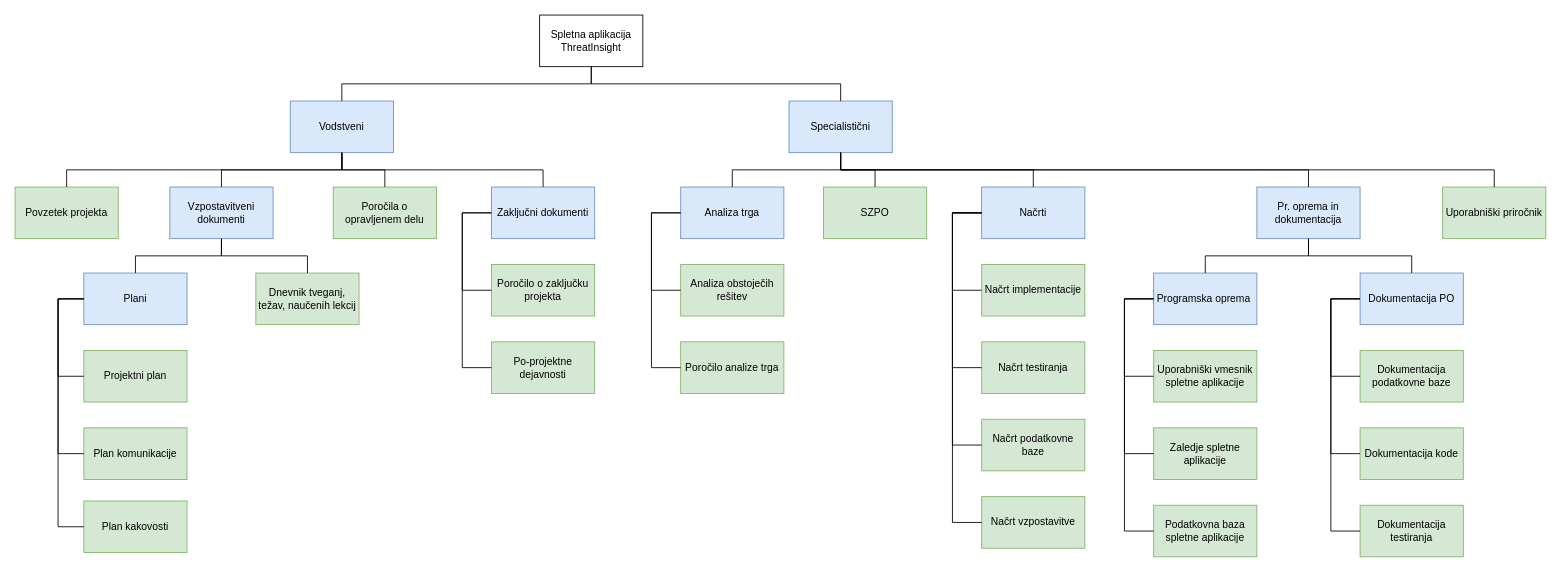
The draw.io diagram Dokumentacija/Predloge in vmesni dokumenti/SDI/SDI.drawio in neratmatevz/ThreatInsight, before the edit. Source tidied: cells renumbered, new cells numbered last; positions are measured from the earlier drawing's top-left corner, leaving out a move shared by most shapes. Both pictures are drawn from the tidied source at 86%, with x=0, y=0 at pixel (15, 15).
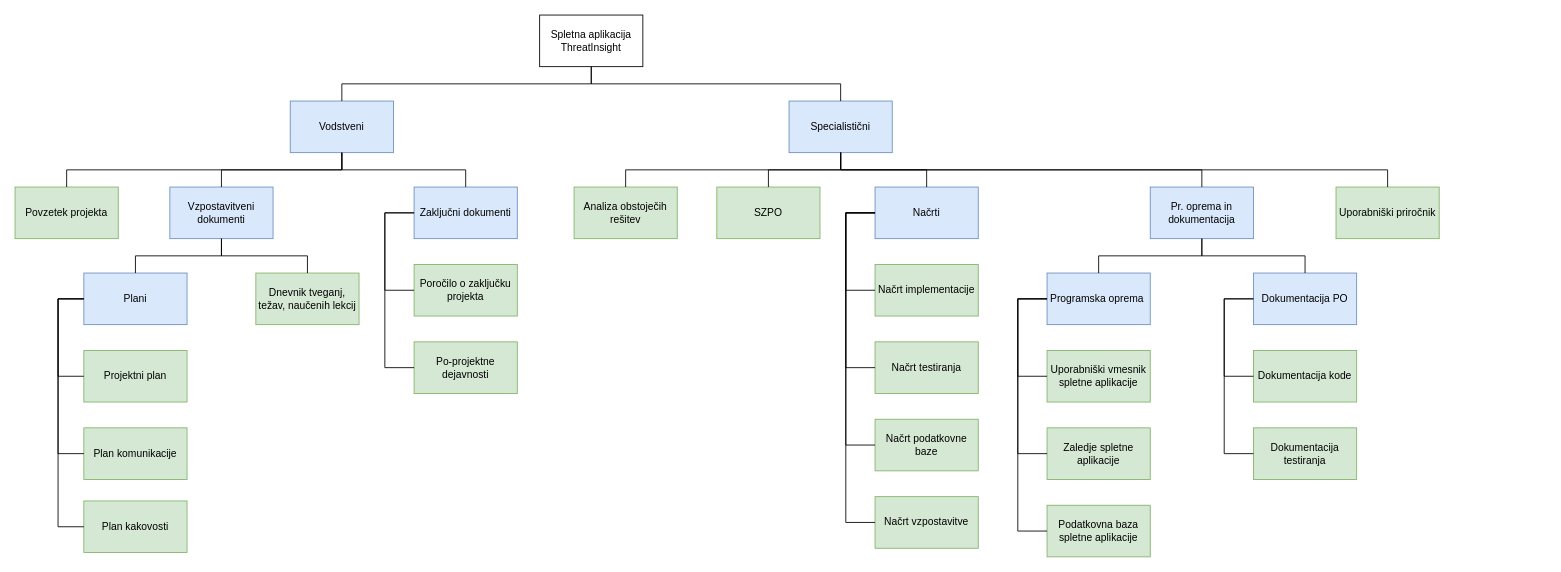
Above is the later version.

The change refers to these unchanged cells:
```xml
<mxCell id="3" value="Vodstveni" style="whiteSpace=wrap;html=1;rounded=0;fillColor=#dae8fc;strokeColor=#6c8ebf;" parent="1" vertex="1">
  <mxGeometry x="320" y="100" width="120" height="60" as="geometry" />
</mxCell>
<mxCell id="5" value="Specialistični" style="rounded=0;whiteSpace=wrap;html=1;fillColor=#dae8fc;strokeColor=#6c8ebf;" parent="1" vertex="1">
  <mxGeometry x="900" y="100" width="120" height="60" as="geometry" />
</mxCell>
```

The edit, as a diff of the source:
```diff
@@
-    <mxCell id="21" value="Poročila o opravljenem delu" style="rounded=0;whiteSpace=wrap;html=1;fillColor=#d5e8d4;strokeColor=#82b366;" parent="1" vertex="1">
-      <mxGeometry x="370" y="200" width="120" height="60" as="geometry" />
-    </mxCell>
-    <mxCell id="22" style="endArrow=none;html=1;rounded=0;exitX=0.5;exitY=1;exitDx=0;exitDy=0;entryX=0.5;entryY=0;entryDx=0;entryDy=0;" parent="1" edge="1" target="21">
-      <mxGeometry relative="1" as="geometry">
-        <mxPoint x="380" y="160" as="sourcePoint" />
-        <Array as="points">
-          <mxPoint x="380" y="180" />
-          <mxPoint x="430" y="180" />
-        </Array>
-      </mxGeometry>
-    </mxCell>
     <mxCell id="23" value="Zaključni dokumenti" style="rounded=0;whiteSpace=wrap;html=1;fillColor=#dae8fc;strokeColor=#6c8ebf;" parent="1" vertex="1">
-      <mxGeometry x="554" y="200" width="120" height="60" as="geometry" />
+      <mxGeometry x="464" y="200" width="120" height="60" as="geometry" />
     </mxCell>
-    <mxCell id="24" style="endArrow=none;html=1;rounded=0;exitX=0.5;exitY=1;exitDx=0;exitDy=0;entryX=0.5;entryY=0;entryDx=0;entryDy=0;" parent="1" edge="1" target="23">
+    <mxCell id="24" style="endArrow=none;html=1;rounded=0;exitX=0.5;exitY=1;exitDx=0;exitDy=0;entryX=0.5;entryY=0;entryDx=0;entryDy=0;" parent="1" edge="1" source="3" target="23">
       <mxGeometry relative="1" as="geometry">
-        <mxPoint x="380" y="160" as="sourcePoint" />
         <Array as="points">
           <mxPoint x="380" y="180" />
-          <mxPoint x="614" y="180" />
+          <mxPoint x="524" y="180" />
         </Array>
       </mxGeometry>
     </mxCell>
     <mxCell id="25" value="Poročilo o zaključku projekta" style="rounded=0;whiteSpace=wrap;html=1;fillColor=#d5e8d4;strokeColor=#82b366;" parent="1" vertex="1">
-      <mxGeometry x="554" y="290" width="120" height="60" as="geometry" />
+      <mxGeometry x="464" y="290" width="120" height="60" as="geometry" />
     </mxCell>
     <mxCell id="26" style="endArrow=none;html=1;rounded=0;entryX=0;entryY=0.5;entryDx=0;entryDy=0;exitX=0;exitY=0.5;exitDx=0;exitDy=0;" parent="1" edge="1" source="25" target="23">
       <mxGeometry relative="1" as="geometry">
         <Array as="points">
-          <mxPoint x="520" y="320" />
-          <mxPoint x="520" y="230" />
+          <mxPoint x="430" y="320" />
+          <mxPoint x="430" y="230" />
         </Array>
       </mxGeometry>
     </mxCell>
     <mxCell id="27" value="Po-projektne dejavnosti" style="rounded=0;whiteSpace=wrap;html=1;fillColor=#d5e8d4;strokeColor=#82b366;" parent="1" vertex="1">
-      <mxGeometry x="554" y="380" width="120" height="60" as="geometry" />
+      <mxGeometry x="464" y="380" width="120" height="60" as="geometry" />
     </mxCell>
     <mxCell id="28" style="endArrow=none;html=1;rounded=0;entryX=0;entryY=0.5;entryDx=0;entryDy=0;exitX=0;exitY=0.5;exitDx=0;exitDy=0;" parent="1" edge="1" source="27" target="23">
       <mxGeometry relative="1" as="geometry">
         <Array as="points">
-          <mxPoint x="520" y="410" />
-          <mxPoint x="520" y="230" />
+          <mxPoint x="430" y="410" />
+          <mxPoint x="430" y="230" />
         </Array>
       </mxGeometry>
     </mxCell>
-    <mxCell id="29" value="Analiza trga" style="rounded=0;whiteSpace=wrap;html=1;fillColor=#dae8fc;strokeColor=#6c8ebf;" parent="1" vertex="1">
-      <mxGeometry x="774" y="200" width="120" height="60" as="geometry" />
-    </mxCell>
     <mxCell id="30" value="Analiza obstoječih rešitev" style="rounded=0;whiteSpace=wrap;html=1;fillColor=#d5e8d4;strokeColor=#82b366;" parent="1" vertex="1">
-      <mxGeometry x="774" y="290" width="120" height="60" as="geometry" />
+      <mxGeometry x="650" y="200" width="120" height="60" as="geometry" />
     </mxCell>
-    <mxCell id="31" style="endArrow=none;html=1;rounded=0;entryX=0;entryY=0.5;entryDx=0;entryDy=0;exitX=0;exitY=0.5;exitDx=0;exitDy=0;" parent="1" edge="1" source="30" target="29">
-      <mxGeometry relative="1" as="geometry">
-        <Array as="points">
-          <mxPoint x="740" y="320" />
-          <mxPoint x="740" y="230" />
-        </Array>
-      </mxGeometry>
-    </mxCell>
-    <mxCell id="32" value="Poročilo analize trga" style="rounded=0;whiteSpace=wrap;html=1;fillColor=#d5e8d4;strokeColor=#82b366;" parent="1" vertex="1">
-      <mxGeometry x="774" y="380" width="120" height="60" as="geometry" />
-    </mxCell>
-    <mxCell id="33" style="endArrow=none;html=1;rounded=0;entryX=0;entryY=0.5;entryDx=0;entryDy=0;exitX=0;exitY=0.5;exitDx=0;exitDy=0;" parent="1" edge="1" source="32" target="29">
-      <mxGeometry relative="1" as="geometry">
-        <Array as="points">
-          <mxPoint x="740" y="410" />
-          <mxPoint x="740" y="230" />
-        </Array>
-      </mxGeometry>
-    </mxCell>
-    <mxCell id="34" style="endArrow=none;html=1;rounded=0;entryX=0.5;entryY=1;entryDx=0;entryDy=0;exitX=0.5;exitY=0;exitDx=0;exitDy=0;" parent="1" edge="1" source="29" target="5">
+    <mxCell id="34" style="endArrow=none;html=1;rounded=0;entryX=0.5;entryY=1;entryDx=0;entryDy=0;exitX=0.5;exitY=0;exitDx=0;exitDy=0;" parent="1" edge="1" source="30" target="5">
       <mxGeometry relative="1" as="geometry">
         <Array as="points">
-          <mxPoint x="834" y="180" />
+          <mxPoint x="710" y="180" />
           <mxPoint x="960" y="180" />
         </Array>
       </mxGeometry>
     </mxCell>
     <mxCell id="35" value="Načrti" style="rounded=0;whiteSpace=wrap;html=1;fillColor=#dae8fc;strokeColor=#6c8ebf;" parent="1" vertex="1">
-      <mxGeometry x="1124" y="200" width="120" height="60" as="geometry" />
+      <mxGeometry x="1000" y="200" width="120" height="60" as="geometry" />
     </mxCell>
     <mxCell id="36" value="Načrt implementacije" style="rounded=0;whiteSpace=wrap;html=1;fillColor=#d5e8d4;strokeColor=#82b366;" parent="1" vertex="1">
-      <mxGeometry x="1124" y="290" width="120" height="60" as="geometry" />
+      <mxGeometry x="1000" y="290" width="120" height="60" as="geometry" />
     </mxCell>
     <mxCell id="37" style="endArrow=none;html=1;rounded=0;entryX=0;entryY=0.5;entryDx=0;entryDy=0;exitX=0;exitY=0.5;exitDx=0;exitDy=0;" parent="1" edge="1" source="36" target="35">
       <mxGeometry relative="1" as="geometry">
         <Array as="points">
-          <mxPoint x="1090" y="320" />
-          <mxPoint x="1090" y="230" />
+          <mxPoint x="966" y="320" />
+          <mxPoint x="966" y="230" />
         </Array>
       </mxGeometry>
     </mxCell>
     <mxCell id="38" value="Načrt testiranja" style="rounded=0;whiteSpace=wrap;html=1;fillColor=#d5e8d4;strokeColor=#82b366;" parent="1" vertex="1">
-      <mxGeometry x="1124" y="380" width="120" height="60" as="geometry" />
+      <mxGeometry x="1000" y="380" width="120" height="60" as="geometry" />
     </mxCell>
     <mxCell id="39" style="endArrow=none;html=1;rounded=0;entryX=0;entryY=0.5;entryDx=0;entryDy=0;exitX=0;exitY=0.5;exitDx=0;exitDy=0;" parent="1" edge="1" source="38" target="35">
       <mxGeometry relative="1" as="geometry">
         <Array as="points">
-          <mxPoint x="1090" y="410" />
-          <mxPoint x="1090" y="230" />
+          <mxPoint x="966" y="410" />
+          <mxPoint x="966" y="230" />
         </Array>
       </mxGeometry>
     </mxCell>
     <mxCell id="40" style="endArrow=none;html=1;rounded=0;exitX=0.5;exitY=1;exitDx=0;exitDy=0;entryX=0.5;entryY=0;entryDx=0;entryDy=0;" parent="1" edge="1" source="5" target="35">
       <mxGeometry relative="1" as="geometry">
         <Array as="points">
           <mxPoint x="960" y="180" />
-          <mxPoint x="1184" y="180" />
+          <mxPoint x="1060" y="180" />
         </Array>
       </mxGeometry>
     </mxCell>
     <mxCell id="41" value="SZPO" style="rounded=0;whiteSpace=wrap;html=1;fillColor=#d5e8d4;strokeColor=#82b366;" parent="1" vertex="1">
-      <mxGeometry x="940" y="200" width="120" height="60" as="geometry" />
+      <mxGeometry x="816" y="200" width="120" height="60" as="geometry" />
     </mxCell>
     <mxCell id="42" style="endArrow=none;html=1;rounded=0;exitX=0.5;exitY=1;exitDx=0;exitDy=0;entryX=0.5;entryY=0;entryDx=0;entryDy=0;" parent="1" edge="1" source="5" target="41">
       <mxGeometry relative="1" as="geometry">
         <Array as="points">
           <mxPoint x="960" y="180" />
-          <mxPoint x="1000" y="180" />
+          <mxPoint x="876" y="180" />
         </Array>
       </mxGeometry>
     </mxCell>
     <mxCell id="43" value="Načrt podatkovne baze" style="rounded=0;whiteSpace=wrap;html=1;fillColor=#d5e8d4;strokeColor=#82b366;" parent="1" vertex="1">
-      <mxGeometry x="1124" y="470" width="120" height="60" as="geometry" />
+      <mxGeometry x="1000" y="470" width="120" height="60" as="geometry" />
     </mxCell>
     <mxCell id="44" style="endArrow=none;html=1;rounded=0;entryX=0;entryY=0.5;entryDx=0;entryDy=0;exitX=0;exitY=0.5;exitDx=0;exitDy=0;" parent="1" edge="1" source="43" target="35">
       <mxGeometry relative="1" as="geometry">
         <Array as="points">
-          <mxPoint x="1090" y="500" />
-          <mxPoint x="1090" y="230" />
+          <mxPoint x="966" y="500" />
+          <mxPoint x="966" y="230" />
         </Array>
       </mxGeometry>
     </mxCell>
     <mxCell id="45" value="Načrt vzpostavitve" style="rounded=0;whiteSpace=wrap;html=1;fillColor=#d5e8d4;strokeColor=#82b366;" parent="1" vertex="1">
-      <mxGeometry x="1124" y="560" width="120" height="60" as="geometry" />
+      <mxGeometry x="1000" y="560" width="120" height="60" as="geometry" />
     </mxCell>
     <mxCell id="46" style="endArrow=none;html=1;rounded=0;entryX=0;entryY=0.5;entryDx=0;entryDy=0;exitX=0;exitY=0.5;exitDx=0;exitDy=0;" parent="1" edge="1" source="45" target="35">
       <mxGeometry relative="1" as="geometry">
         <Array as="points">
-          <mxPoint x="1090" y="590" />
-          <mxPoint x="1090" y="230" />
+          <mxPoint x="966" y="590" />
+          <mxPoint x="966" y="230" />
         </Array>
       </mxGeometry>
     </mxCell>
     <mxCell id="47" value="Programska oprema&amp;nbsp;" style="rounded=0;whiteSpace=wrap;html=1;fillColor=#dae8fc;strokeColor=#6c8ebf;" parent="1" vertex="1">
-      <mxGeometry x="1324" y="300" width="120" height="60" as="geometry" />
+      <mxGeometry x="1200" y="300" width="120" height="60" as="geometry" />
     </mxCell>
     <mxCell id="48" value="Uporabniški vmesnik spletne aplikacije" style="rounded=0;whiteSpace=wrap;html=1;fillColor=#d5e8d4;strokeColor=#82b366;" parent="1" vertex="1">
-      <mxGeometry x="1324" y="390" width="120" height="60" as="geometry" />
+      <mxGeometry x="1200" y="390" width="120" height="60" as="geometry" />
     </mxCell>
     <mxCell id="49" style="endArrow=none;html=1;rounded=0;entryX=0;entryY=0.5;entryDx=0;entryDy=0;exitX=0;exitY=0.5;exitDx=0;exitDy=0;" parent="1" edge="1" source="48" target="47">
       <mxGeometry relative="1" as="geometry">
         <Array as="points">
-          <mxPoint x="1290" y="420" />
-          <mxPoint x="1290" y="330" />
+          <mxPoint x="1166" y="420" />
+          <mxPoint x="1166" y="330" />
         </Array>
       </mxGeometry>
     </mxCell>
     <mxCell id="50" value="Zaledje spletne aplikacije" style="rounded=0;whiteSpace=wrap;html=1;fillColor=#d5e8d4;strokeColor=#82b366;" parent="1" vertex="1">
-      <mxGeometry x="1324" y="480" width="120" height="60" as="geometry" />
+      <mxGeometry x="1200" y="480" width="120" height="60" as="geometry" />
     </mxCell>
     <mxCell id="51" style="endArrow=none;html=1;rounded=0;entryX=0;entryY=0.5;entryDx=0;entryDy=0;exitX=0;exitY=0.5;exitDx=0;exitDy=0;" parent="1" edge="1" source="50" target="47">
       <mxGeometry relative="1" as="geometry">
         <Array as="points">
-          <mxPoint x="1290" y="510" />
-          <mxPoint x="1290" y="330" />
+          <mxPoint x="1166" y="510" />
+          <mxPoint x="1166" y="330" />
         </Array>
       </mxGeometry>
     </mxCell>
     <mxCell id="52" value="Podatkovna baza spletne aplikacije" style="rounded=0;whiteSpace=wrap;html=1;fillColor=#d5e8d4;strokeColor=#82b366;" parent="1" vertex="1">
-      <mxGeometry x="1324" y="570" width="120" height="60" as="geometry" />
+      <mxGeometry x="1200" y="570" width="120" height="60" as="geometry" />
     </mxCell>
     <mxCell id="53" style="endArrow=none;html=1;rounded=0;entryX=0;entryY=0.5;entryDx=0;entryDy=0;exitX=0;exitY=0.5;exitDx=0;exitDy=0;" parent="1" edge="1" source="52" target="47">
       <mxGeometry relative="1" as="geometry">
         <Array as="points">
-          <mxPoint x="1290" y="600" />
-          <mxPoint x="1290" y="330" />
+          <mxPoint x="1166" y="600" />
+          <mxPoint x="1166" y="330" />
         </Array>
       </mxGeometry>
     </mxCell>
     <mxCell id="54" value="Pr. oprema in dokumentacija" style="rounded=0;whiteSpace=wrap;html=1;fillColor=#dae8fc;strokeColor=#6c8ebf;" parent="1" vertex="1">
-      <mxGeometry x="1444" y="200" width="120" height="60" as="geometry" />
+      <mxGeometry x="1320" y="200" width="120" height="60" as="geometry" />
     </mxCell>
     <mxCell id="55" style="endArrow=none;html=1;rounded=0;exitX=0.5;exitY=1;exitDx=0;exitDy=0;entryX=0.5;entryY=0;entryDx=0;entryDy=0;" parent="1" edge="1" source="5" target="54">
       <mxGeometry relative="1" as="geometry">
         <Array as="points">
           <mxPoint x="960" y="180" />
-          <mxPoint x="1504" y="180" />
+          <mxPoint x="1380" y="180" />
         </Array>
       </mxGeometry>
     </mxCell>
     <mxCell id="56" style="endArrow=none;html=1;rounded=0;exitX=0.5;exitY=1;exitDx=0;exitDy=0;entryX=0.5;entryY=0;entryDx=0;entryDy=0;" parent="1" edge="1" source="54" target="47">
       <mxGeometry relative="1" as="geometry">
         <Array as="points">
-          <mxPoint x="1504" y="280" />
-          <mxPoint x="1384" y="280" />
+          <mxPoint x="1380" y="280" />
+          <mxPoint x="1260" y="280" />
         </Array>
       </mxGeometry>
     </mxCell>
     <mxCell id="57" value="Dokumentacija PO" style="rounded=0;whiteSpace=wrap;html=1;fillColor=#dae8fc;strokeColor=#6c8ebf;" parent="1" vertex="1">
-      <mxGeometry x="1564" y="300" width="120" height="60" as="geometry" />
+      <mxGeometry x="1440" y="300" width="120" height="60" as="geometry" />
     </mxCell>
     <mxCell id="58" style="endArrow=none;html=1;rounded=0;exitX=0.5;exitY=1;exitDx=0;exitDy=0;entryX=0.5;entryY=0;entryDx=0;entryDy=0;" parent="1" edge="1" source="54" target="57">
       <mxGeometry relative="1" as="geometry">
         <Array as="points">
-          <mxPoint x="1504" y="280" />
-          <mxPoint x="1624" y="280" />
+          <mxPoint x="1380" y="280" />
+          <mxPoint x="1500" y="280" />
         </Array>
       </mxGeometry>
     </mxCell>
-    <mxCell id="59" value="Dokumentacija podatkovne baze" style="rounded=0;whiteSpace=wrap;html=1;fillColor=#d5e8d4;strokeColor=#82b366;" parent="1" vertex="1">
-      <mxGeometry x="1564" y="390" width="120" height="60" as="geometry" />
-    </mxCell>
-    <mxCell id="60" style="endArrow=none;html=1;rounded=0;entryX=0;entryY=0.5;entryDx=0;entryDy=0;exitX=0;exitY=0.5;exitDx=0;exitDy=0;" parent="1" edge="1" source="59">
-      <mxGeometry relative="1" as="geometry">
-        <mxPoint x="1564" y="330" as="targetPoint" />
-        <Array as="points">
-          <mxPoint x="1530" y="420" />
-          <mxPoint x="1530" y="330" />
-        </Array>
-      </mxGeometry>
-    </mxCell>
     <mxCell id="61" value="Dokumentacija kode" style="rounded=0;whiteSpace=wrap;html=1;fillColor=#d5e8d4;strokeColor=#82b366;" parent="1" vertex="1">
-      <mxGeometry x="1564" y="480" width="120" height="60" as="geometry" />
+      <mxGeometry x="1440" y="390" width="120" height="60" as="geometry" />
     </mxCell>
-    <mxCell id="62" style="endArrow=none;html=1;rounded=0;entryX=0;entryY=0.5;entryDx=0;entryDy=0;exitX=0;exitY=0.5;exitDx=0;exitDy=0;" parent="1" edge="1" source="61">
-      <mxGeometry relative="1" as="geometry">
-        <mxPoint x="1564" y="330" as="targetPoint" />
-        <Array as="points">
-          <mxPoint x="1530" y="510" />
-          <mxPoint x="1530" y="330" />
-        </Array>
-      </mxGeometry>
-    </mxCell>
     <mxCell id="63" value="Dokumentacija testiranja" style="rounded=0;whiteSpace=wrap;html=1;fillColor=#d5e8d4;strokeColor=#82b366;" parent="1" vertex="1">
-      <mxGeometry x="1564" y="570" width="120" height="60" as="geometry" />
+      <mxGeometry x="1440" y="480" width="120" height="60" as="geometry" />
     </mxCell>
     <mxCell id="64" style="endArrow=none;html=1;rounded=0;entryX=0;entryY=0.5;entryDx=0;entryDy=0;exitX=0;exitY=0.5;exitDx=0;exitDy=0;" parent="1" edge="1" source="63" target="57">
       <mxGeometry relative="1" as="geometry">
         <Array as="points">
-          <mxPoint x="1530" y="600" />
-          <mxPoint x="1530" y="330" />
+          <mxPoint x="1406" y="510" />
+          <mxPoint x="1406" y="330" />
         </Array>
       </mxGeometry>
     </mxCell>
     <mxCell id="65" value="Uporabniški priročnik" style="rounded=0;whiteSpace=wrap;html=1;fillColor=#d5e8d4;strokeColor=#82b366;" parent="1" vertex="1">
-      <mxGeometry x="1660" y="200" width="120" height="60" as="geometry" />
+      <mxGeometry x="1536" y="200" width="120" height="60" as="geometry" />
     </mxCell>
     <mxCell id="66" style="endArrow=none;html=1;rounded=0;exitX=0.5;exitY=1;exitDx=0;exitDy=0;entryX=0.5;entryY=0;entryDx=0;entryDy=0;" parent="1" edge="1" source="5" target="65">
       <mxGeometry relative="1" as="geometry">
         <Array as="points">
           <mxPoint x="960" y="180" />
-          <mxPoint x="1720" y="180" />
+          <mxPoint x="1596" y="180" />
         </Array>
       </mxGeometry>
     </mxCell>
+    <mxCell id="67" style="endArrow=none;html=1;rounded=0;exitX=0;exitY=0.5;exitDx=0;exitDy=0;entryX=0;entryY=0.5;entryDx=0;entryDy=0;" parent="1" edge="1" source="61" target="57">
+      <mxGeometry relative="1" as="geometry">
+        <Array as="points">
+          <mxPoint x="1406" y="420" />
+          <mxPoint x="1406" y="330" />
+        </Array>
+      </mxGeometry>
+    </mxCell>
```
